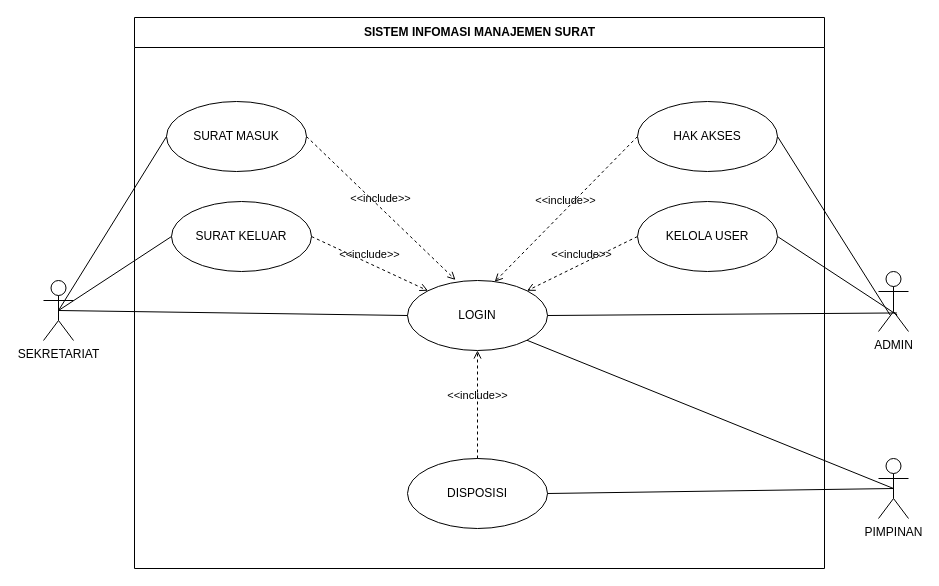
Before: UML/FILE drawio/1. USE CASE/USE CASE.drawio in Rusadi-0/KULIAH, a draw.io diagram. Source tidied: cells renumbered, new cells numbered last; positions are measured from the earlier drawing's top-left corner, leaving out a move shared by most shapes. Both pictures are drawn from the tidied source at 100%, with x=0, y=0 at pixel (43, 17).
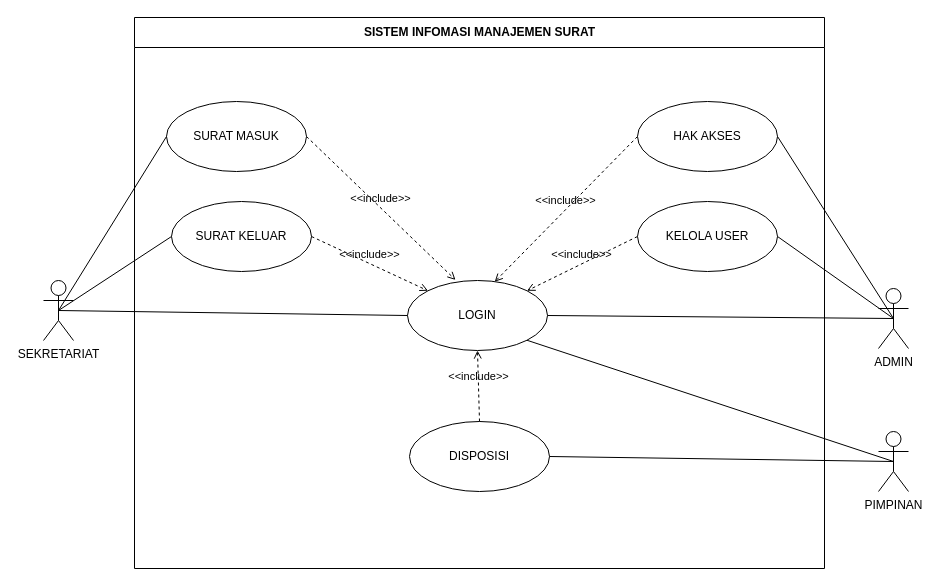
The same diagram, later.

Unchanged cells that the change refers to:
```xml
<mxCell id="2" value="SISTEM INFOMASI MANAJEMEN SURAT" style="swimlane;fontStyle=1;align=center;horizontal=1;startSize=30;html=1;" parent="1" vertex="1">
  <mxGeometry x="91" width="690" height="551" as="geometry" />
</mxCell>
<mxCell id="6" value="HAK AKSES" style="ellipse;whiteSpace=wrap;html=1;fillColor=none;strokeColor=default;" parent="2" vertex="1">
  <mxGeometry x="503" y="84" width="140" height="70" as="geometry" />
</mxCell>
<mxCell id="7" value="KELOLA USER" style="ellipse;whiteSpace=wrap;html=1;fillColor=none;strokeColor=default;" parent="2" vertex="1">
  <mxGeometry x="503" y="184" width="140" height="70" as="geometry" />
</mxCell>
<mxCell id="8" value="LOGIN" style="ellipse;whiteSpace=wrap;html=1;fillColor=none;strokeColor=default;" parent="2" vertex="1">
  <mxGeometry x="273" y="263" width="140" height="70" as="geometry" />
</mxCell>
```

The edit, as a diff of the source:
```diff
@@
     <mxCell id="5" value="DISPOSISI" style="ellipse;whiteSpace=wrap;html=1;fillColor=none;strokeColor=default;" parent="2" vertex="1">
-      <mxGeometry x="273" y="441" width="140" height="70" as="geometry" />
+      <mxGeometry x="275" y="404" width="140" height="70" as="geometry" />
     </mxCell>
@@
     <mxCell id="15" value="PIMPINAN" style="shape=umlActor;html=1;verticalLabelPosition=bottom;verticalAlign=top;align=center;" parent="1" vertex="1">
-      <mxGeometry x="835" y="441" width="30" height="60" as="geometry" />
+      <mxGeometry x="835" y="414" width="30" height="60" as="geometry" />
     </mxCell>
@@
     <mxCell id="18" value="ADMIN" style="shape=umlActor;html=1;verticalLabelPosition=bottom;verticalAlign=top;align=center;" parent="1" vertex="1">
-      <mxGeometry x="835" y="254" width="30" height="60" as="geometry" />
+      <mxGeometry x="835" y="271" width="30" height="60" as="geometry" />
     </mxCell>
@@
-    <mxCell id="21" style="edgeStyle=none;html=1;endArrow=none;verticalAlign=bottom;rounded=0;entryX=0.386;entryY=0.725;entryDx=0;entryDy=0;entryPerimeter=0;exitX=1;exitY=0.5;exitDx=0;exitDy=0;" parent="1" edge="1" source="6" target="18">
+    <mxCell id="21" style="edgeStyle=none;html=1;endArrow=none;verticalAlign=bottom;rounded=0;entryX=0.5;entryY=0.5;entryDx=0;entryDy=0;entryPerimeter=0;exitX=1;exitY=0.5;exitDx=0;exitDy=0;" parent="1" edge="1" source="6" target="18">
       <mxGeometry relative="1" as="geometry" />
     </mxCell>
-    <mxCell id="22" style="edgeStyle=none;html=1;endArrow=none;verticalAlign=bottom;rounded=0;exitX=1;exitY=0.5;exitDx=0;exitDy=0;entryX=0.624;entryY=0.725;entryDx=0;entryDy=0;entryPerimeter=0;" parent="1" edge="1" source="7" target="18">
+    <mxCell id="22" style="edgeStyle=none;html=1;endArrow=none;verticalAlign=bottom;rounded=0;exitX=1;exitY=0.5;exitDx=0;exitDy=0;entryX=0.5;entryY=0.5;entryDx=0;entryDy=0;entryPerimeter=0;" parent="1" edge="1" source="7" target="18">
       <mxGeometry relative="1" as="geometry" />
     </mxCell>
-    <mxCell id="23" style="edgeStyle=none;html=1;endArrow=none;verticalAlign=bottom;rounded=0;exitX=1;exitY=0.5;exitDx=0;exitDy=0;entryX=0.612;entryY=0.691;entryDx=0;entryDy=0;entryPerimeter=0;" parent="1" edge="1" source="8" target="18">
+    <mxCell id="23" style="edgeStyle=none;html=1;endArrow=none;verticalAlign=bottom;rounded=0;exitX=1;exitY=0.5;exitDx=0;exitDy=0;entryX=0.5;entryY=0.5;entryDx=0;entryDy=0;entryPerimeter=0;" parent="1" edge="1" source="8" target="18">
       <mxGeometry relative="1" as="geometry" />
     </mxCell>
```
